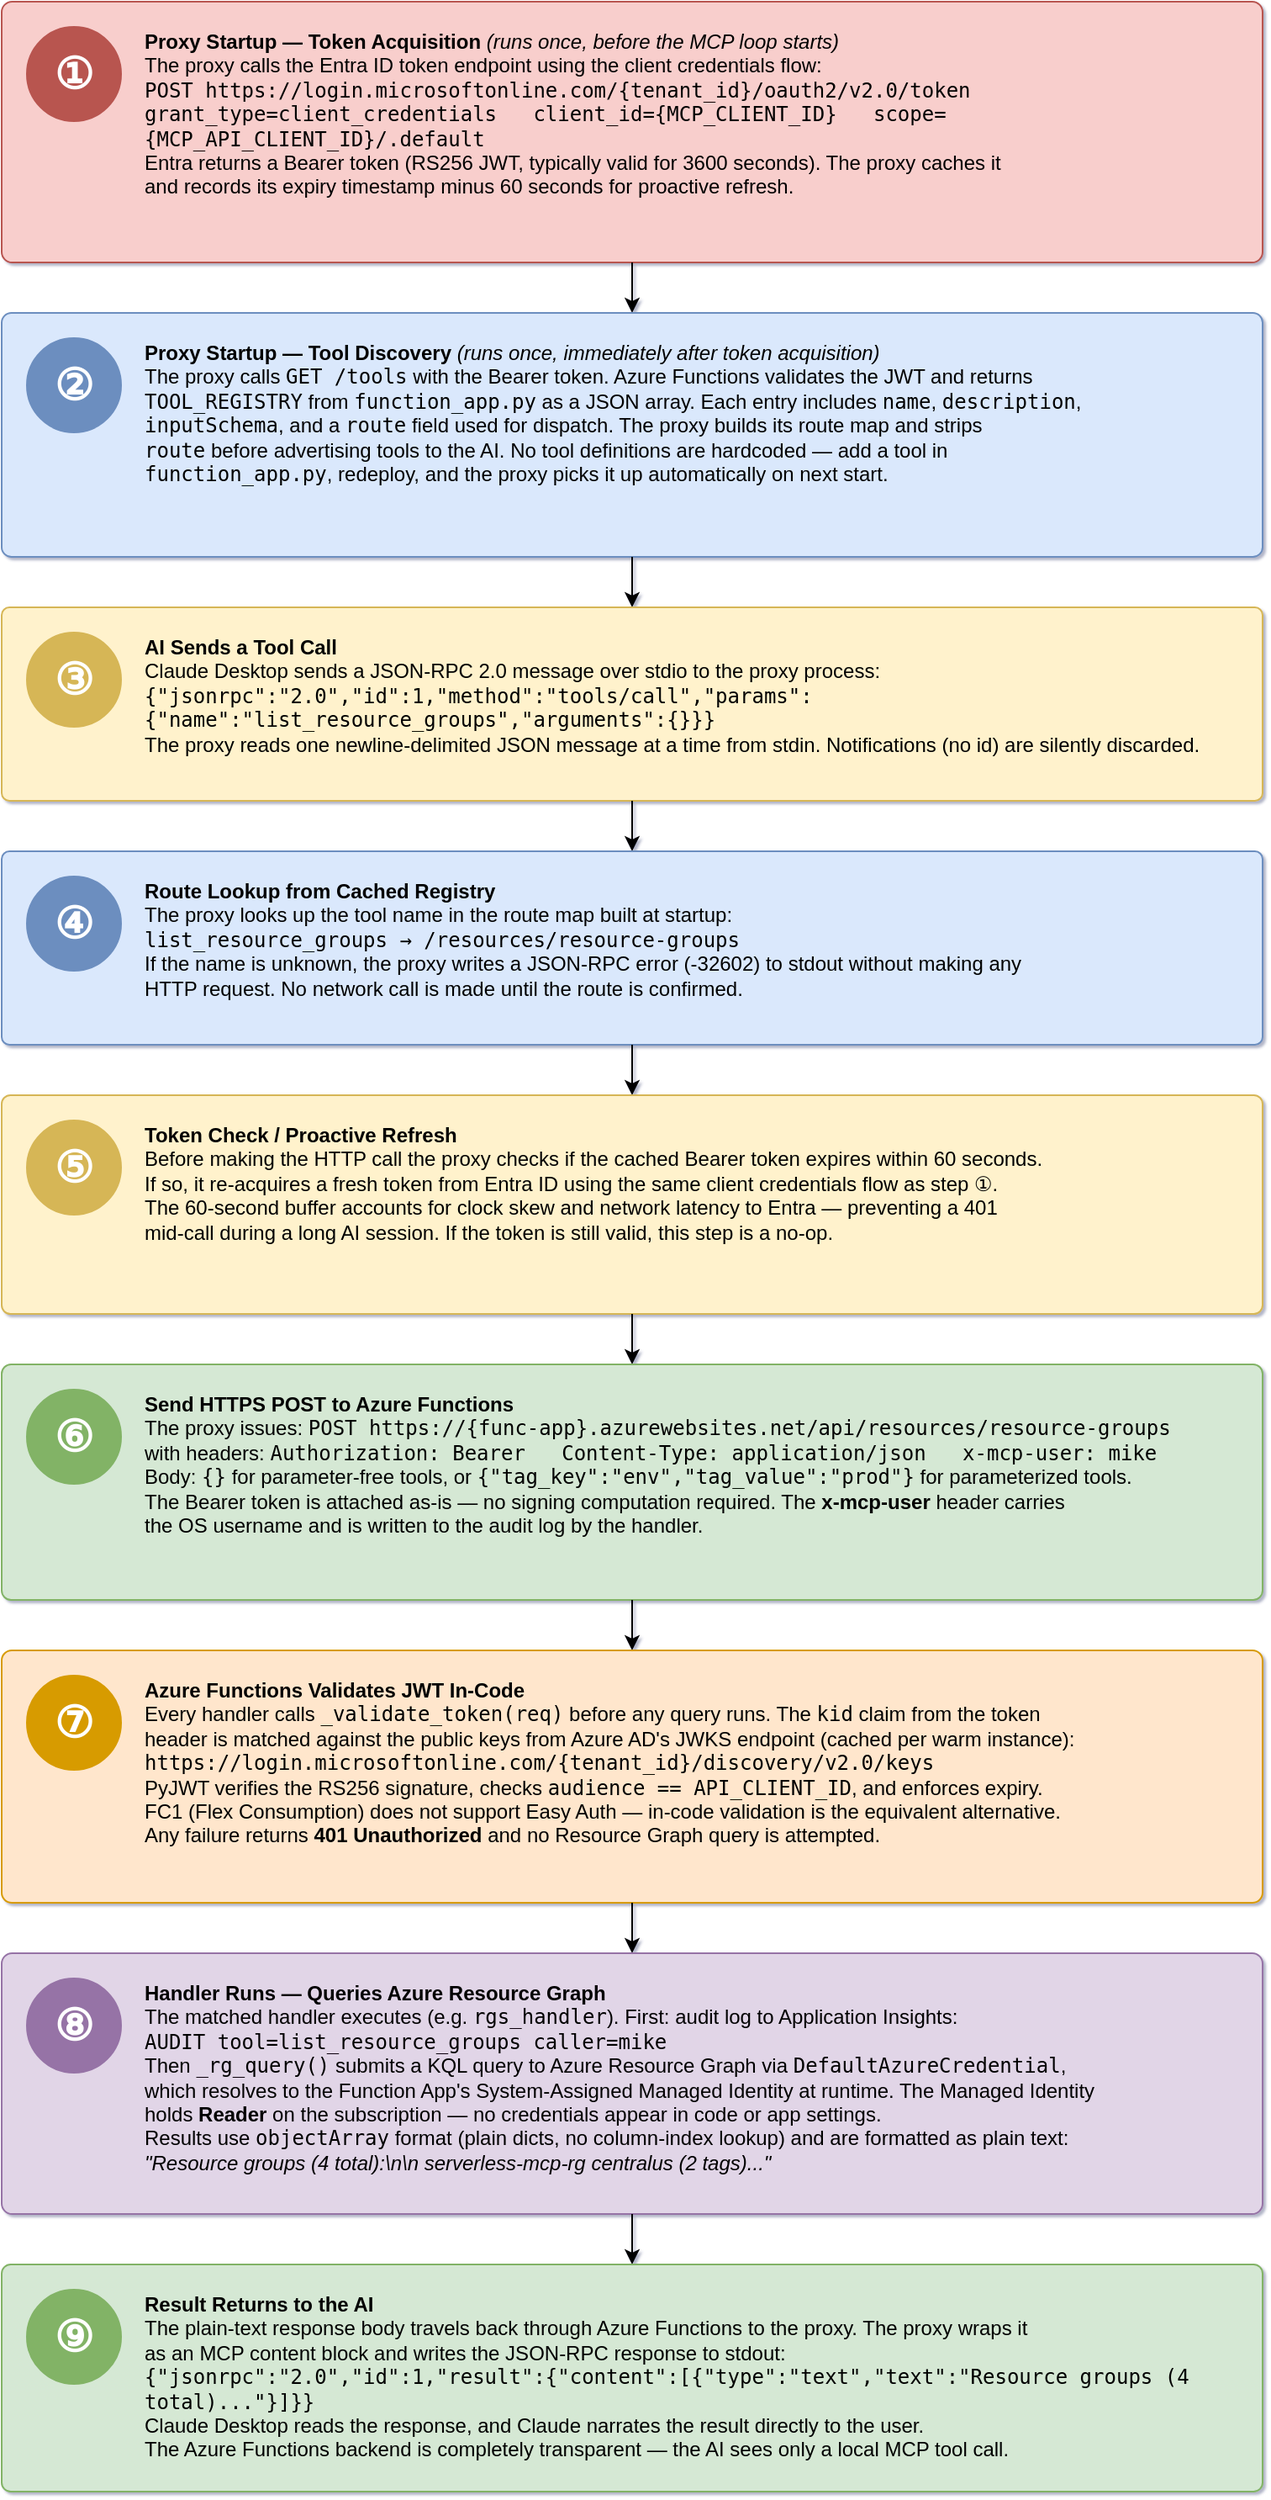
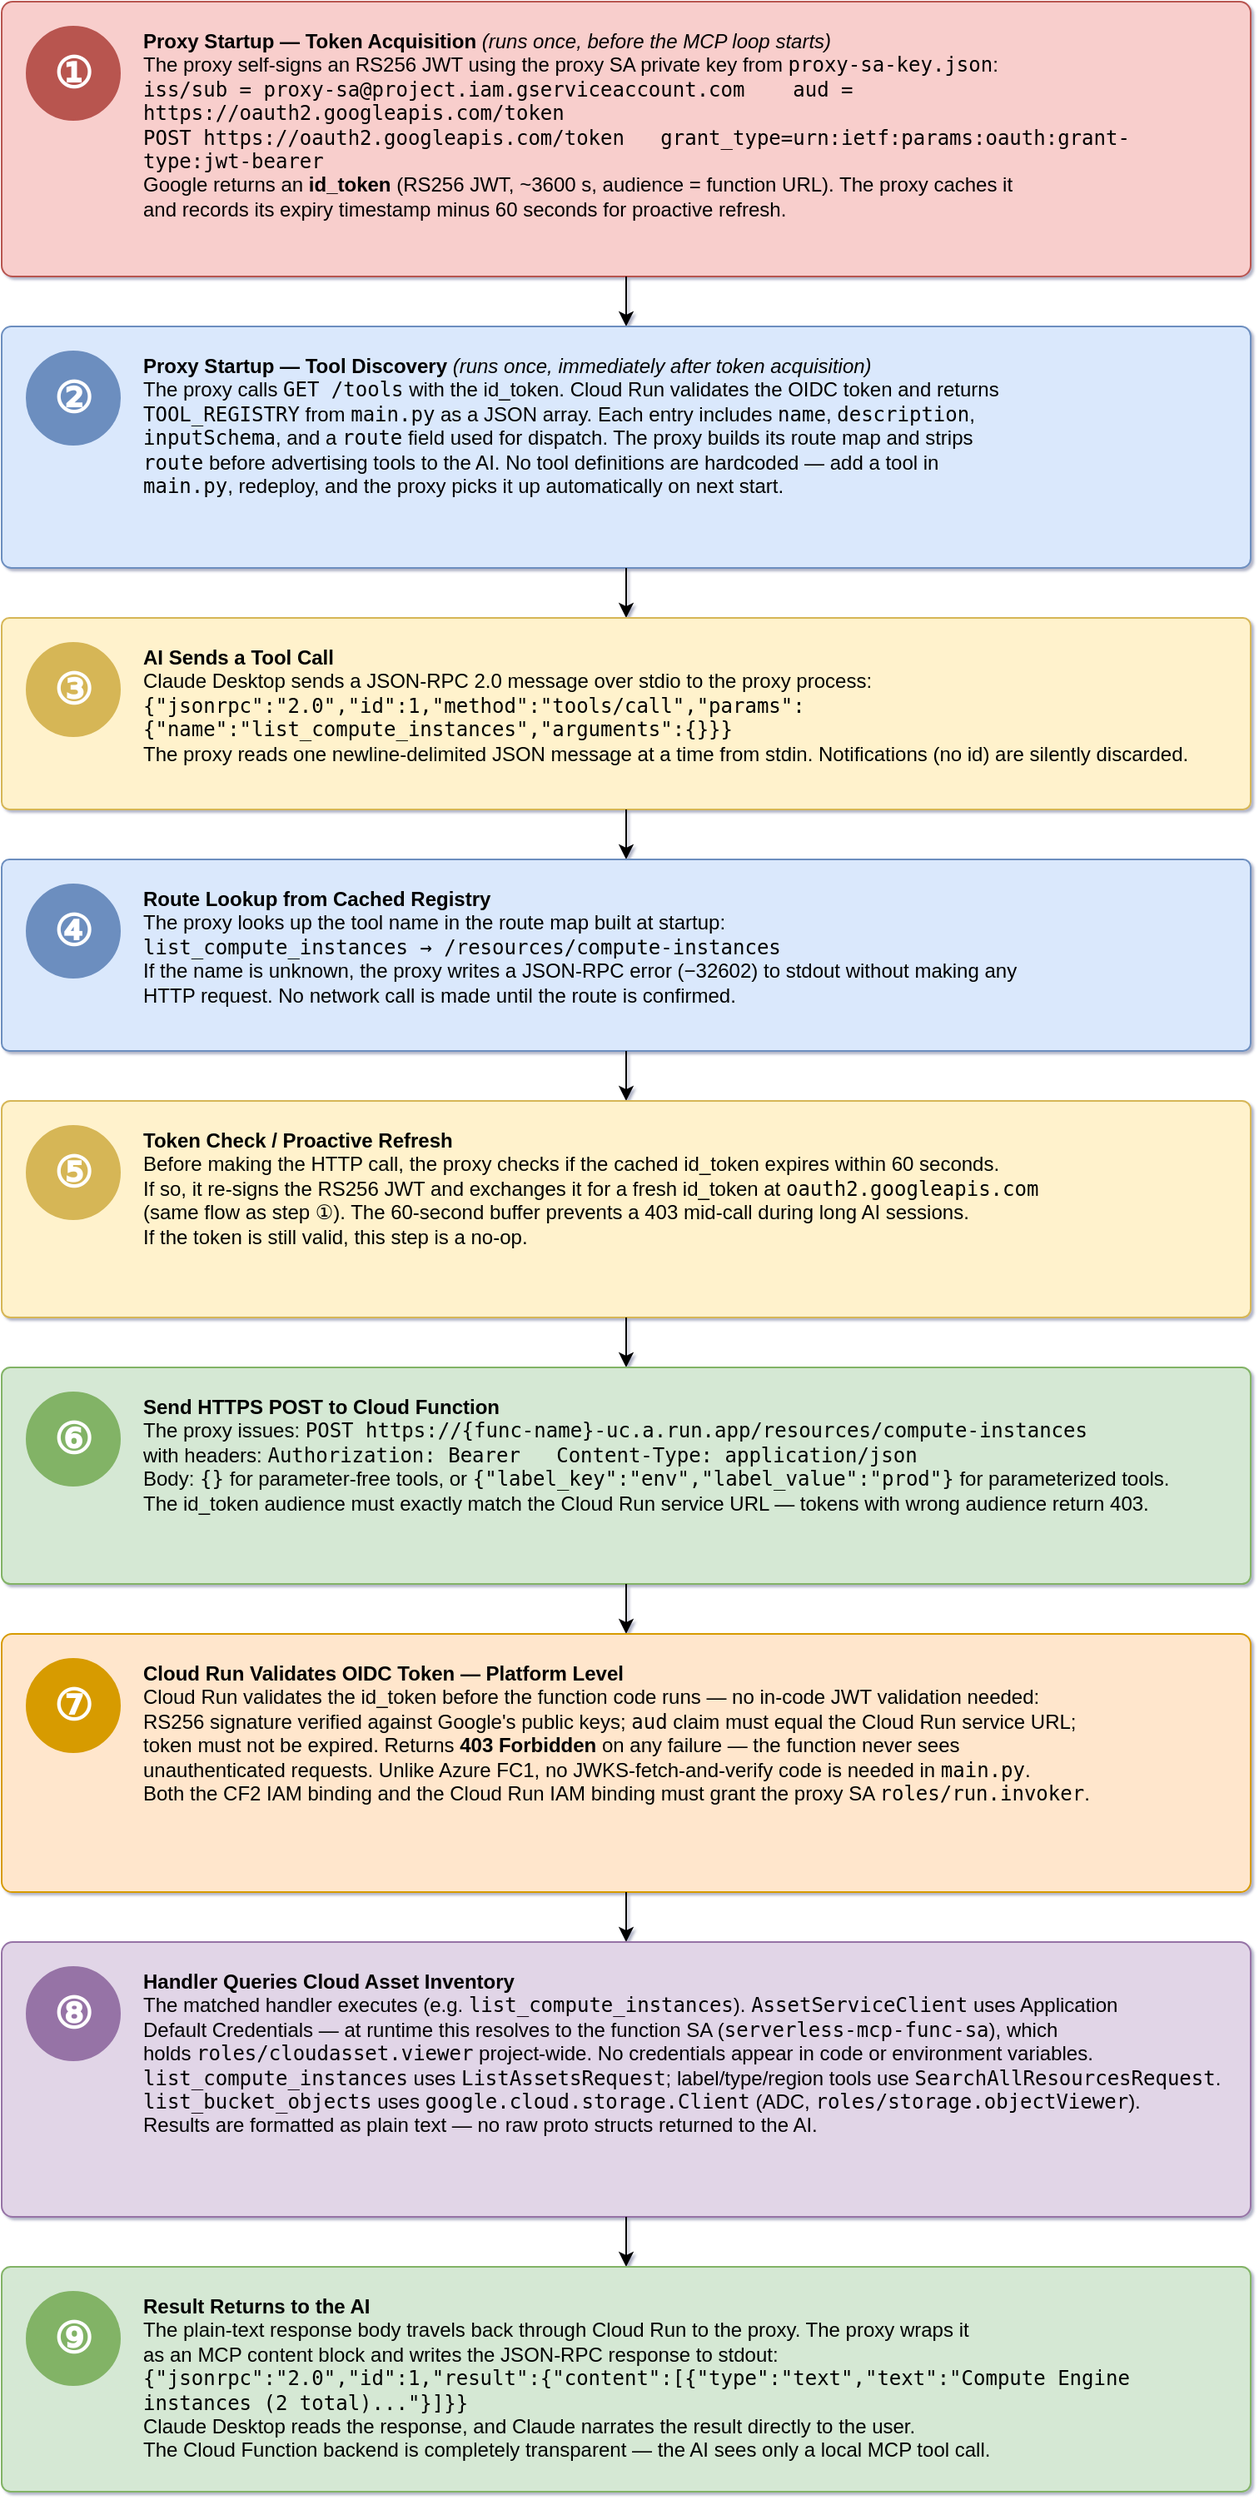
<mxfile host="app.diagrams.net" agent="Claude">
  <diagram id="proxy-flow" name="Proxy Flow">
    <mxGraphModel grid="1" page="0" gridSize="10" guides="1" tooltips="1" connect="1" arrows="1" fold="1" pageScale="1" pageWidth="950" pageHeight="1900" math="0" shadow="1">
      <root>
        <mxCell id="0" />
        <mxCell id="1" parent="0" />
        <mxCell id="s1" parent="1" style="rounded=1;whiteSpace=wrap;html=1;fillColor=#f8cecc;strokeColor=#b85450;arcSize=4;" value="" vertex="1">
-           <mxGeometry height="155" width="750" x="75" y="82" as="geometry" />
+           <mxGeometry height="165" width="750" x="75" y="82" as="geometry" />
        </mxCell>
        <mxCell id="s1n" parent="1" style="ellipse;whiteSpace=wrap;html=1;fillColor=#b85450;strokeColor=#b85450;fontSize=26;fontStyle=1;fontColor=#ffffff;align=center;verticalAlign=middle;" value="①" vertex="1">
          <mxGeometry height="56" width="56" x="90" y="97" as="geometry" />
        </mxCell>
-         <mxCell id="s1t" parent="1" style="text;html=1;strokeColor=none;fillColor=none;align=left;verticalAlign=top;whiteSpace=wrap;rounded=0;fontSize=12;" value="&lt;b&gt;Proxy Startup — Token Acquisition&lt;/b&gt; &lt;i&gt;(runs once, before the MCP loop starts)&lt;/i&gt;&lt;br&gt;The proxy calls the Entra ID token endpoint using the client credentials flow:&lt;br&gt;&lt;tt&gt;POST https://login.microsoftonline.com/{tenant_id}/oauth2/v2.0/token&lt;/tt&gt;&lt;br&gt;&lt;tt&gt;grant_type=client_credentials &amp;nbsp; client_id={MCP_CLIENT_ID} &amp;nbsp; scope={MCP_API_CLIENT_ID}/.default&lt;/tt&gt;&lt;br&gt;Entra returns a Bearer token (RS256 JWT, typically valid for 3600 seconds). The proxy caches it&lt;br&gt;and records its expiry timestamp minus 60 seconds for proactive refresh." vertex="1">
-           <mxGeometry height="140" width="657" x="158" y="92" as="geometry" />
+         <mxCell id="s1t" parent="1" style="text;html=1;strokeColor=none;fillColor=none;align=left;verticalAlign=top;whiteSpace=wrap;rounded=0;fontSize=12;" value="&lt;b&gt;Proxy Startup — Token Acquisition&lt;/b&gt; &lt;i&gt;(runs once, before the MCP loop starts)&lt;/i&gt;&lt;br&gt;The proxy self-signs an RS256 JWT using the proxy SA private key from &lt;tt&gt;proxy-sa-key.json&lt;/tt&gt;:&lt;br&gt;&lt;tt&gt;iss/sub = proxy-sa@project.iam.gserviceaccount.com &amp;nbsp;&amp;nbsp; aud = https://oauth2.googleapis.com/token&lt;/tt&gt;&lt;br&gt;&lt;tt&gt;POST https://oauth2.googleapis.com/token &amp;nbsp; grant_type=urn:ietf:params:oauth:grant-type:jwt-bearer&lt;/tt&gt;&lt;br&gt;Google returns an &lt;b&gt;id_token&lt;/b&gt; (RS256 JWT, ~3600 s, audience = function URL). The proxy caches it&lt;br&gt;and records its expiry timestamp minus 60 seconds for proactive refresh." vertex="1">
+           <mxGeometry height="150" width="657" x="158" y="92" as="geometry" />
        </mxCell>
        <mxCell id="a12" edge="1" parent="1" source="s1" style="edgeStyle=orthogonalEdgeStyle;rounded=0;exitX=0.5;exitY=1;exitDx=0;exitDy=0;entryX=0.5;entryY=0;entryDx=0;entryDy=0;" target="s2">
          <mxGeometry relative="1" as="geometry" />
        </mxCell>
        <mxCell id="s2" parent="1" style="rounded=1;whiteSpace=wrap;html=1;fillColor=#dae8fc;strokeColor=#6c8ebf;arcSize=4;" value="" vertex="1">
-           <mxGeometry height="145" width="750" x="75" y="267" as="geometry" />
+           <mxGeometry height="145" width="750" x="75" y="277" as="geometry" />
        </mxCell>
        <mxCell id="s2n" parent="1" style="ellipse;whiteSpace=wrap;html=1;fillColor=#6c8ebf;strokeColor=#6c8ebf;fontSize=26;fontStyle=1;fontColor=#ffffff;align=center;verticalAlign=middle;" value="②" vertex="1">
-           <mxGeometry height="56" width="56" x="90" y="282" as="geometry" />
+           <mxGeometry height="56" width="56" x="90" y="292" as="geometry" />
        </mxCell>
-         <mxCell id="s2t" parent="1" style="text;html=1;strokeColor=none;fillColor=none;align=left;verticalAlign=top;whiteSpace=wrap;rounded=0;fontSize=12;" value="&lt;b&gt;Proxy Startup — Tool Discovery&lt;/b&gt; &lt;i&gt;(runs once, immediately after token acquisition)&lt;/i&gt;&lt;br&gt;The proxy calls &lt;tt&gt;GET /tools&lt;/tt&gt; with the Bearer token. Azure Functions validates the JWT and returns&lt;br&gt;&lt;tt&gt;TOOL_REGISTRY&lt;/tt&gt; from &lt;tt&gt;function_app.py&lt;/tt&gt; as a JSON array. Each entry includes &lt;tt&gt;name&lt;/tt&gt;, &lt;tt&gt;description&lt;/tt&gt;,&lt;br&gt;&lt;tt&gt;inputSchema&lt;/tt&gt;, and a &lt;tt&gt;route&lt;/tt&gt; field used for dispatch. The proxy builds its route map and strips&lt;br&gt;&lt;tt&gt;route&lt;/tt&gt; before advertising tools to the AI. No tool definitions are hardcoded — add a tool in&lt;br&gt;&lt;tt&gt;function_app.py&lt;/tt&gt;, redeploy, and the proxy picks it up automatically on next start." vertex="1">
-           <mxGeometry height="130" width="657" x="158" y="277" as="geometry" />
+         <mxCell id="s2t" parent="1" style="text;html=1;strokeColor=none;fillColor=none;align=left;verticalAlign=top;whiteSpace=wrap;rounded=0;fontSize=12;" value="&lt;b&gt;Proxy Startup — Tool Discovery&lt;/b&gt; &lt;i&gt;(runs once, immediately after token acquisition)&lt;/i&gt;&lt;br&gt;The proxy calls &lt;tt&gt;GET /tools&lt;/tt&gt; with the id_token. Cloud Run validates the OIDC token and returns&lt;br&gt;&lt;tt&gt;TOOL_REGISTRY&lt;/tt&gt; from &lt;tt&gt;main.py&lt;/tt&gt; as a JSON array. Each entry includes &lt;tt&gt;name&lt;/tt&gt;, &lt;tt&gt;description&lt;/tt&gt;,&lt;br&gt;&lt;tt&gt;inputSchema&lt;/tt&gt;, and a &lt;tt&gt;route&lt;/tt&gt; field used for dispatch. The proxy builds its route map and strips&lt;br&gt;&lt;tt&gt;route&lt;/tt&gt; before advertising tools to the AI. No tool definitions are hardcoded — add a tool in&lt;br&gt;&lt;tt&gt;main.py&lt;/tt&gt;, redeploy, and the proxy picks it up automatically on next start." vertex="1">
+           <mxGeometry height="130" width="657" x="158" y="287" as="geometry" />
        </mxCell>
        <mxCell id="a23" edge="1" parent="1" source="s2" style="edgeStyle=orthogonalEdgeStyle;rounded=0;" target="s3">
          <mxGeometry relative="1" as="geometry" />
        </mxCell>
        <mxCell id="s3" parent="1" style="rounded=1;whiteSpace=wrap;html=1;fillColor=#fff2cc;strokeColor=#d6b656;arcSize=4;" value="" vertex="1">
-           <mxGeometry height="115" width="750" x="75" y="442" as="geometry" />
+           <mxGeometry height="115" width="750" x="75" y="452" as="geometry" />
        </mxCell>
        <mxCell id="s3n" parent="1" style="ellipse;whiteSpace=wrap;html=1;fillColor=#d6b656;strokeColor=#d6b656;fontSize=26;fontStyle=1;fontColor=#ffffff;align=center;verticalAlign=middle;" value="③" vertex="1">
-           <mxGeometry height="56" width="56" x="90" y="457" as="geometry" />
+           <mxGeometry height="56" width="56" x="90" y="467" as="geometry" />
        </mxCell>
-         <mxCell id="s3t" parent="1" style="text;html=1;strokeColor=none;fillColor=none;align=left;verticalAlign=top;whiteSpace=wrap;rounded=0;fontSize=12;" value="&lt;b&gt;AI Sends a Tool Call&lt;/b&gt;&lt;br&gt;Claude Desktop sends a JSON-RPC 2.0 message over stdio to the proxy process:&lt;br&gt;&lt;tt&gt;{&quot;jsonrpc&quot;:&quot;2.0&quot;,&quot;id&quot;:1,&quot;method&quot;:&quot;tools/call&quot;,&quot;params&quot;:{&quot;name&quot;:&quot;list_resource_groups&quot;,&quot;arguments&quot;:{}}}&lt;/tt&gt;&lt;br&gt;The proxy reads one newline-delimited JSON message at a time from stdin. Notifications (no id) are silently discarded." vertex="1">
-           <mxGeometry height="100" width="657" x="158" y="452" as="geometry" />
+         <mxCell id="s3t" parent="1" style="text;html=1;strokeColor=none;fillColor=none;align=left;verticalAlign=top;whiteSpace=wrap;rounded=0;fontSize=12;" value="&lt;b&gt;AI Sends a Tool Call&lt;/b&gt;&lt;br&gt;Claude Desktop sends a JSON-RPC 2.0 message over stdio to the proxy process:&lt;br&gt;&lt;tt&gt;{&quot;jsonrpc&quot;:&quot;2.0&quot;,&quot;id&quot;:1,&quot;method&quot;:&quot;tools/call&quot;,&quot;params&quot;:{&quot;name&quot;:&quot;list_compute_instances&quot;,&quot;arguments&quot;:{}}}&lt;/tt&gt;&lt;br&gt;The proxy reads one newline-delimited JSON message at a time from stdin. Notifications (no id) are silently discarded." vertex="1">
+           <mxGeometry height="100" width="657" x="158" y="462" as="geometry" />
        </mxCell>
        <mxCell id="a34" edge="1" parent="1" source="s3" style="edgeStyle=orthogonalEdgeStyle;rounded=0;" target="s4">
          <mxGeometry relative="1" as="geometry" />
        </mxCell>
        <mxCell id="s4" parent="1" style="rounded=1;whiteSpace=wrap;html=1;fillColor=#dae8fc;strokeColor=#6c8ebf;arcSize=4;" value="" vertex="1">
-           <mxGeometry height="115" width="750" x="75" y="587" as="geometry" />
+           <mxGeometry height="115" width="750" x="75" y="597" as="geometry" />
        </mxCell>
        <mxCell id="s4n" parent="1" style="ellipse;whiteSpace=wrap;html=1;fillColor=#6c8ebf;strokeColor=#6c8ebf;fontSize=26;fontStyle=1;fontColor=#ffffff;align=center;verticalAlign=middle;" value="④" vertex="1">
-           <mxGeometry height="56" width="56" x="90" y="602" as="geometry" />
+           <mxGeometry height="56" width="56" x="90" y="612" as="geometry" />
        </mxCell>
-         <mxCell id="s4t" parent="1" style="text;html=1;strokeColor=none;fillColor=none;align=left;verticalAlign=top;whiteSpace=wrap;rounded=0;fontSize=12;" value="&lt;b&gt;Route Lookup from Cached Registry&lt;/b&gt;&lt;br&gt;The proxy looks up the tool name in the route map built at startup:&lt;br&gt;&lt;tt&gt;list_resource_groups → /resources/resource-groups&lt;/tt&gt;&lt;br&gt;If the name is unknown, the proxy writes a JSON-RPC error (-32602) to stdout without making any&lt;br&gt;HTTP request. No network call is made until the route is confirmed." vertex="1">
-           <mxGeometry height="100" width="657" x="158" y="597" as="geometry" />
+         <mxCell id="s4t" parent="1" style="text;html=1;strokeColor=none;fillColor=none;align=left;verticalAlign=top;whiteSpace=wrap;rounded=0;fontSize=12;" value="&lt;b&gt;Route Lookup from Cached Registry&lt;/b&gt;&lt;br&gt;The proxy looks up the tool name in the route map built at startup:&lt;br&gt;&lt;tt&gt;list_compute_instances → /resources/compute-instances&lt;/tt&gt;&lt;br&gt;If the name is unknown, the proxy writes a JSON-RPC error (−32602) to stdout without making any&lt;br&gt;HTTP request. No network call is made until the route is confirmed." vertex="1">
+           <mxGeometry height="100" width="657" x="158" y="607" as="geometry" />
        </mxCell>
        <mxCell id="a45" edge="1" parent="1" source="s4" style="edgeStyle=orthogonalEdgeStyle;rounded=0;" target="s5">
          <mxGeometry relative="1" as="geometry" />
        </mxCell>
        <mxCell id="s5" parent="1" style="rounded=1;whiteSpace=wrap;html=1;fillColor=#fff2cc;strokeColor=#d6b656;arcSize=4;" value="" vertex="1">
-           <mxGeometry height="130" width="750" x="75" y="732" as="geometry" />
+           <mxGeometry height="130" width="750" x="75" y="742" as="geometry" />
        </mxCell>
        <mxCell id="s5n" parent="1" style="ellipse;whiteSpace=wrap;html=1;fillColor=#d6b656;strokeColor=#d6b656;fontSize=26;fontStyle=1;fontColor=#ffffff;align=center;verticalAlign=middle;" value="⑤" vertex="1">
-           <mxGeometry height="56" width="56" x="90" y="747" as="geometry" />
+           <mxGeometry height="56" width="56" x="90" y="757" as="geometry" />
        </mxCell>
-         <mxCell id="s5t" parent="1" style="text;html=1;strokeColor=none;fillColor=none;align=left;verticalAlign=top;whiteSpace=wrap;rounded=0;fontSize=12;" value="&lt;b&gt;Token Check / Proactive Refresh&lt;/b&gt;&lt;br&gt;Before making the HTTP call the proxy checks if the cached Bearer token expires within 60 seconds.&lt;br&gt;If so, it re-acquires a fresh token from Entra ID using the same client credentials flow as step ①.&lt;br&gt;The 60-second buffer accounts for clock skew and network latency to Entra — preventing a 401&lt;br&gt;mid-call during a long AI session. If the token is still valid, this step is a no-op." vertex="1">
-           <mxGeometry height="115" width="657" x="158" y="742" as="geometry" />
+         <mxCell id="s5t" parent="1" style="text;html=1;strokeColor=none;fillColor=none;align=left;verticalAlign=top;whiteSpace=wrap;rounded=0;fontSize=12;" value="&lt;b&gt;Token Check / Proactive Refresh&lt;/b&gt;&lt;br&gt;Before making the HTTP call, the proxy checks if the cached id_token expires within 60 seconds.&lt;br&gt;If so, it re-signs the RS256 JWT and exchanges it for a fresh id_token at &lt;tt&gt;oauth2.googleapis.com&lt;/tt&gt;&lt;br&gt;(same flow as step ①). The 60-second buffer prevents a 403 mid-call during long AI sessions.&lt;br&gt;If the token is still valid, this step is a no-op." vertex="1">
+           <mxGeometry height="115" width="657" x="158" y="752" as="geometry" />
        </mxCell>
        <mxCell id="a56" edge="1" parent="1" source="s5" style="edgeStyle=orthogonalEdgeStyle;rounded=0;" target="s6">
          <mxGeometry relative="1" as="geometry" />
        </mxCell>
        <mxCell id="s6" parent="1" style="rounded=1;whiteSpace=wrap;html=1;fillColor=#d5e8d4;strokeColor=#82b366;arcSize=4;" value="" vertex="1">
-           <mxGeometry height="140" width="750" x="75" y="892" as="geometry" />
+           <mxGeometry height="130" width="750" x="75" y="902" as="geometry" />
        </mxCell>
        <mxCell id="s6n" parent="1" style="ellipse;whiteSpace=wrap;html=1;fillColor=#82b366;strokeColor=#82b366;fontSize=26;fontStyle=1;fontColor=#ffffff;align=center;verticalAlign=middle;" value="⑥" vertex="1">
-           <mxGeometry height="56" width="56" x="90" y="907" as="geometry" />
+           <mxGeometry height="56" width="56" x="90" y="917" as="geometry" />
        </mxCell>
-         <mxCell id="s6t" parent="1" style="text;html=1;strokeColor=none;fillColor=none;align=left;verticalAlign=top;whiteSpace=wrap;rounded=0;fontSize=12;" value="&lt;b&gt;Send HTTPS POST to Azure Functions&lt;/b&gt;&lt;br&gt;The proxy issues: &lt;tt&gt;POST https://{func-app}.azurewebsites.net/api/resources/resource-groups&lt;/tt&gt;&lt;br&gt;with headers: &lt;tt&gt;Authorization: Bearer &lt;token&gt; &amp;nbsp; Content-Type: application/json &amp;nbsp; x-mcp-user: mike&lt;/tt&gt;&lt;br&gt;Body: &lt;tt&gt;{}&lt;/tt&gt; for parameter-free tools, or &lt;tt&gt;{&quot;tag_key&quot;:&quot;env&quot;,&quot;tag_value&quot;:&quot;prod&quot;}&lt;/tt&gt; for parameterized tools.&lt;br&gt;The Bearer token is attached as-is — no signing computation required. The &lt;b&gt;x-mcp-user&lt;/b&gt; header carries&lt;br&gt;the OS username and is written to the audit log by the handler." vertex="1">
-           <mxGeometry height="125" width="657" x="158" y="902" as="geometry" />
+         <mxCell id="s6t" parent="1" style="text;html=1;strokeColor=none;fillColor=none;align=left;verticalAlign=top;whiteSpace=wrap;rounded=0;fontSize=12;" value="&lt;b&gt;Send HTTPS POST to Cloud Function&lt;/b&gt;&lt;br&gt;The proxy issues: &lt;tt&gt;POST https://{func-name}-uc.a.run.app/resources/compute-instances&lt;/tt&gt;&lt;br&gt;with headers: &lt;tt&gt;Authorization: Bearer &lt;id_token&gt; &amp;nbsp; Content-Type: application/json&lt;/tt&gt;&lt;br&gt;Body: &lt;tt&gt;{}&lt;/tt&gt; for parameter-free tools, or &lt;tt&gt;{&quot;label_key&quot;:&quot;env&quot;,&quot;label_value&quot;:&quot;prod&quot;}&lt;/tt&gt; for parameterized tools.&lt;br&gt;The id_token audience must exactly match the Cloud Run service URL — tokens with wrong audience return 403." vertex="1">
+           <mxGeometry height="115" width="657" x="158" y="912" as="geometry" />
        </mxCell>
        <mxCell id="a67" edge="1" parent="1" source="s6" style="edgeStyle=orthogonalEdgeStyle;rounded=0;" target="s7">
          <mxGeometry relative="1" as="geometry" />
        </mxCell>
        <mxCell id="s7" parent="1" style="rounded=1;whiteSpace=wrap;html=1;fillColor=#ffe6cc;strokeColor=#d79b00;arcSize=4;" value="" vertex="1">
-           <mxGeometry height="150" width="750" x="75" y="1062" as="geometry" />
+           <mxGeometry height="155" width="750" x="75" y="1062" as="geometry" />
        </mxCell>
        <mxCell id="s7n" parent="1" style="ellipse;whiteSpace=wrap;html=1;fillColor=#d79b00;strokeColor=#d79b00;fontSize=26;fontStyle=1;fontColor=#ffffff;align=center;verticalAlign=middle;" value="⑦" vertex="1">
          <mxGeometry height="56" width="56" x="90" y="1077" as="geometry" />
        </mxCell>
-         <mxCell id="s7t" parent="1" style="text;html=1;strokeColor=none;fillColor=none;align=left;verticalAlign=top;whiteSpace=wrap;rounded=0;fontSize=12;" value="&lt;b&gt;Azure Functions Validates JWT In-Code&lt;/b&gt;&lt;br&gt;Every handler calls &lt;tt&gt;_validate_token(req)&lt;/tt&gt; before any query runs. The &lt;tt&gt;kid&lt;/tt&gt; claim from the token&lt;br&gt;header is matched against the public keys from Azure AD&apos;s JWKS endpoint (cached per warm instance):&lt;br&gt;&lt;tt&gt;https://login.microsoftonline.com/{tenant_id}/discovery/v2.0/keys&lt;/tt&gt;&lt;br&gt;PyJWT verifies the RS256 signature, checks &lt;tt&gt;audience == API_CLIENT_ID&lt;/tt&gt;, and enforces expiry.&lt;br&gt;FC1 (Flex Consumption) does not support Easy Auth — in-code validation is the equivalent alternative.&lt;br&gt;Any failure returns &lt;b&gt;401 Unauthorized&lt;/b&gt; and no Resource Graph query is attempted." vertex="1">
-           <mxGeometry height="135" width="657" x="158" y="1072" as="geometry" />
+         <mxCell id="s7t" parent="1" style="text;html=1;strokeColor=none;fillColor=none;align=left;verticalAlign=top;whiteSpace=wrap;rounded=0;fontSize=12;" value="&lt;b&gt;Cloud Run Validates OIDC Token — Platform Level&lt;/b&gt;&lt;br&gt;Cloud Run validates the id_token before the function code runs — no in-code JWT validation needed:&lt;br&gt;RS256 signature verified against Google&apos;s public keys; &lt;tt&gt;aud&lt;/tt&gt; claim must equal the Cloud Run service URL;&lt;br&gt;token must not be expired. Returns &lt;b&gt;403 Forbidden&lt;/b&gt; on any failure — the function never sees&lt;br&gt;unauthenticated requests. Unlike Azure FC1, no JWKS-fetch-and-verify code is needed in &lt;tt&gt;main.py&lt;/tt&gt;.&lt;br&gt;Both the CF2 IAM binding and the Cloud Run IAM binding must grant the proxy SA &lt;tt&gt;roles/run.invoker&lt;/tt&gt;." vertex="1">
+           <mxGeometry height="140" width="657" x="158" y="1072" as="geometry" />
        </mxCell>
        <mxCell id="a78" edge="1" parent="1" source="s7" style="edgeStyle=orthogonalEdgeStyle;rounded=0;" target="s8">
          <mxGeometry relative="1" as="geometry" />
        </mxCell>
        <mxCell id="s8" parent="1" style="rounded=1;whiteSpace=wrap;html=1;fillColor=#e1d5e7;strokeColor=#9673a6;arcSize=4;" value="" vertex="1">
-           <mxGeometry height="155" width="750" x="75" y="1242" as="geometry" />
+           <mxGeometry height="165" width="750" x="75" y="1247" as="geometry" />
        </mxCell>
        <mxCell id="s8n" parent="1" style="ellipse;whiteSpace=wrap;html=1;fillColor=#9673a6;strokeColor=#9673a6;fontSize=26;fontStyle=1;fontColor=#ffffff;align=center;verticalAlign=middle;" value="⑧" vertex="1">
-           <mxGeometry height="56" width="56" x="90" y="1257" as="geometry" />
+           <mxGeometry height="56" width="56" x="90" y="1262" as="geometry" />
        </mxCell>
-         <mxCell id="s8t" parent="1" style="text;html=1;strokeColor=none;fillColor=none;align=left;verticalAlign=top;whiteSpace=wrap;rounded=0;fontSize=12;" value="&lt;b&gt;Handler Runs — Queries Azure Resource Graph&lt;/b&gt;&lt;br&gt;The matched handler executes (e.g. &lt;tt&gt;rgs_handler&lt;/tt&gt;). First: audit log to Application Insights:&lt;br&gt;&lt;tt&gt;AUDIT tool=list_resource_groups caller=mike&lt;/tt&gt;&lt;br&gt;Then &lt;tt&gt;_rg_query()&lt;/tt&gt; submits a KQL query to Azure Resource Graph via &lt;tt&gt;DefaultAzureCredential&lt;/tt&gt;,&lt;br&gt;which resolves to the Function App&apos;s System-Assigned Managed Identity at runtime. The Managed Identity&lt;br&gt;holds &lt;b&gt;Reader&lt;/b&gt; on the subscription — no credentials appear in code or app settings.&lt;br&gt;Results use &lt;tt&gt;objectArray&lt;/tt&gt; format (plain dicts, no column-index lookup) and are formatted as plain text:&lt;br&gt;&lt;i&gt;&quot;Resource groups (4 total):\n\n  serverless-mcp-rg  centralus  (2 tags)...&quot;&lt;/i&gt;" vertex="1">
-           <mxGeometry height="140" width="657" x="158" y="1252" as="geometry" />
+         <mxCell id="s8t" parent="1" style="text;html=1;strokeColor=none;fillColor=none;align=left;verticalAlign=top;whiteSpace=wrap;rounded=0;fontSize=12;" value="&lt;b&gt;Handler Queries Cloud Asset Inventory&lt;/b&gt;&lt;br&gt;The matched handler executes (e.g. &lt;tt&gt;list_compute_instances&lt;/tt&gt;). &lt;tt&gt;AssetServiceClient&lt;/tt&gt; uses Application&lt;br&gt;Default Credentials — at runtime this resolves to the function SA (&lt;tt&gt;serverless-mcp-func-sa&lt;/tt&gt;), which&lt;br&gt;holds &lt;tt&gt;roles/cloudasset.viewer&lt;/tt&gt; project-wide. No credentials appear in code or environment variables.&lt;br&gt;&lt;tt&gt;list_compute_instances&lt;/tt&gt; uses &lt;tt&gt;ListAssetsRequest&lt;/tt&gt;; label/type/region tools use &lt;tt&gt;SearchAllResourcesRequest&lt;/tt&gt;.&lt;br&gt;&lt;tt&gt;list_bucket_objects&lt;/tt&gt; uses &lt;tt&gt;google.cloud.storage.Client&lt;/tt&gt; (ADC, &lt;tt&gt;roles/storage.objectViewer&lt;/tt&gt;).&lt;br&gt;Results are formatted as plain text — no raw proto structs returned to the AI." vertex="1">
+           <mxGeometry height="150" width="657" x="158" y="1257" as="geometry" />
        </mxCell>
        <mxCell id="a89" edge="1" parent="1" source="s8" style="edgeStyle=orthogonalEdgeStyle;rounded=0;" target="s9">
          <mxGeometry relative="1" as="geometry" />
        </mxCell>
        <mxCell id="s9" parent="1" style="rounded=1;whiteSpace=wrap;html=1;fillColor=#d5e8d4;strokeColor=#82b366;arcSize=4;" value="" vertex="1">
-           <mxGeometry height="135" width="750" x="75" y="1427" as="geometry" />
+           <mxGeometry height="135" width="750" x="75" y="1442" as="geometry" />
        </mxCell>
        <mxCell id="s9n" parent="1" style="ellipse;whiteSpace=wrap;html=1;fillColor=#82b366;strokeColor=#82b366;fontSize=26;fontStyle=1;fontColor=#ffffff;align=center;verticalAlign=middle;" value="⑨" vertex="1">
-           <mxGeometry height="56" width="56" x="90" y="1442" as="geometry" />
+           <mxGeometry height="56" width="56" x="90" y="1457" as="geometry" />
        </mxCell>
-         <mxCell id="s9t" parent="1" style="text;html=1;strokeColor=none;fillColor=none;align=left;verticalAlign=top;whiteSpace=wrap;rounded=0;fontSize=12;" value="&lt;b&gt;Result Returns to the AI&lt;/b&gt;&lt;br&gt;The plain-text response body travels back through Azure Functions to the proxy. The proxy wraps it&lt;br&gt;as an MCP content block and writes the JSON-RPC response to stdout:&lt;br&gt;&lt;tt&gt;{&quot;jsonrpc&quot;:&quot;2.0&quot;,&quot;id&quot;:1,&quot;result&quot;:{&quot;content&quot;:[{&quot;type&quot;:&quot;text&quot;,&quot;text&quot;:&quot;Resource groups (4 total)...&quot;}]}}&lt;/tt&gt;&lt;br&gt;Claude Desktop reads the response, and Claude narrates the result directly to the user.&lt;br&gt;The Azure Functions backend is completely transparent — the AI sees only a local MCP tool call." vertex="1">
-           <mxGeometry height="120" width="657" x="158" y="1437" as="geometry" />
+         <mxCell id="s9t" parent="1" style="text;html=1;strokeColor=none;fillColor=none;align=left;verticalAlign=top;whiteSpace=wrap;rounded=0;fontSize=12;" value="&lt;b&gt;Result Returns to the AI&lt;/b&gt;&lt;br&gt;The plain-text response body travels back through Cloud Run to the proxy. The proxy wraps it&lt;br&gt;as an MCP content block and writes the JSON-RPC response to stdout:&lt;br&gt;&lt;tt&gt;{&quot;jsonrpc&quot;:&quot;2.0&quot;,&quot;id&quot;:1,&quot;result&quot;:{&quot;content&quot;:[{&quot;type&quot;:&quot;text&quot;,&quot;text&quot;:&quot;Compute Engine instances (2 total)...&quot;}]}}&lt;/tt&gt;&lt;br&gt;Claude Desktop reads the response, and Claude narrates the result directly to the user.&lt;br&gt;The Cloud Function backend is completely transparent — the AI sees only a local MCP tool call." vertex="1">
+           <mxGeometry height="120" width="657" x="158" y="1452" as="geometry" />
        </mxCell>
      </root>
    </mxGraphModel>
  </diagram>
</mxfile>
